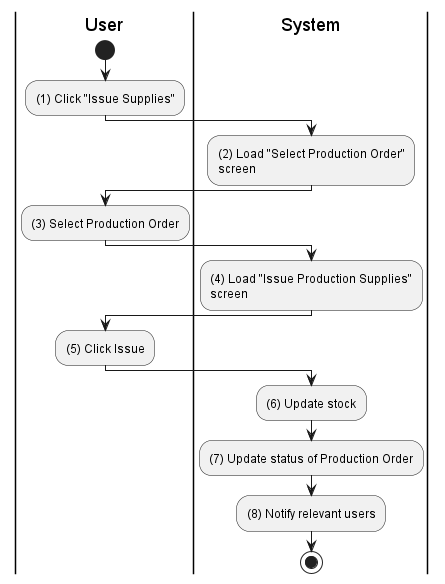
Before: activities/inventory-supply-issue.png, a diagram exported from PlantUML (phihungha/scmss-reqs).
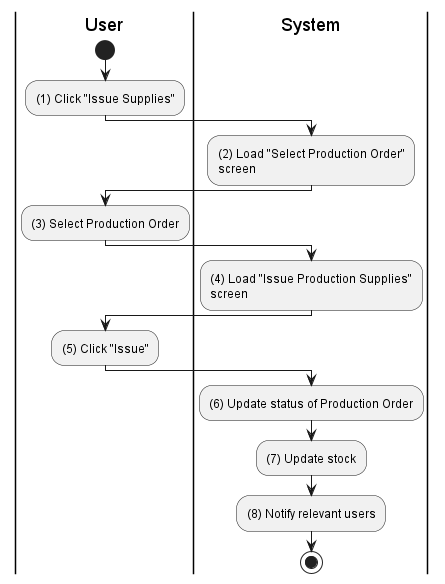
Later version of the same file.

Change to the diagram source:
```diff
@@ -16,11 +16,11 @@
 :(4) Load "Issue Production Supplies"\nscreen;
 
 |u|
-:(5) Click Issue;
+:(5) Click "Issue";
 
 |s|
-:(6) Update stock;
-:(7) Update status of Production Order;
+:(6) Update status of Production Order;
+:(7) Update stock;
 :(8) Notify relevant users;
 stop
 @enduml
```
